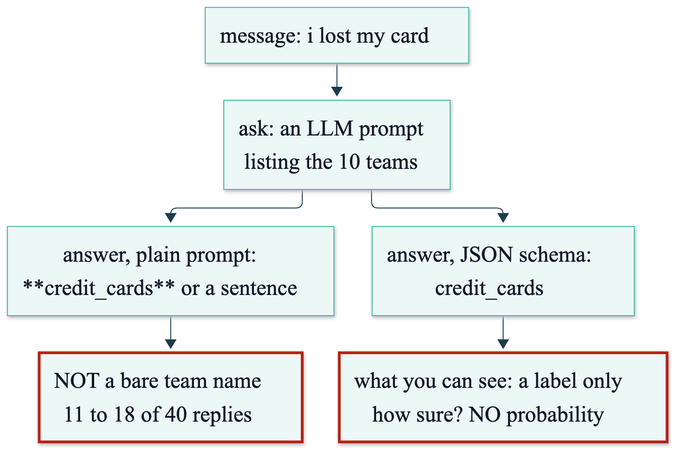
axel-sirota/getting_started_jev keeps this Mermaid diagram as course/diagrams/module_01/p1-problem-llm-text.png. Above is the earlier version. Its source is kept beside it as course/diagrams/module_01/p1-problem-llm-text.mmd. Source of this version:
```mermaid
%%{init: {"theme": "base", "themeVariables": {"fontFamily": "Inter, sans-serif", "primaryColor": "#ECF8F6", "primaryBorderColor": "#40B8A6", "primaryTextColor": "#111827", "lineColor": "#1A3D4D", "secondaryColor": "#F9FAFB", "tertiaryColor": "#FFFFFF", "clusterBkg": "#F9FAFB", "clusterBorder": "#D1D5DB", "actorBkg": "#ECF8F6", "actorBorder": "#40B8A6", "noteBkgColor": "#FFF6DA", "noteBorderColor": "#E0B84C"}}}%%
flowchart TD
  M["message: i lost my card"] --> Q["ask: an LLM prompt<br/>listing the 10 teams"]
  Q --> A1["answer, plain prompt:<br/>**credit_cards** or a sentence"]
  Q --> A2["answer, JSON schema:<br/>credit_cards"]
  A1 --> X["NOT a bare team name<br/>11 to 18 of 40 replies"]
  A2 --> U["what you can see: a label only<br/>how sure? NO probability"]
  style X stroke:#B42318,stroke-width:3px
  style U stroke:#B42318,stroke-width:3px
```
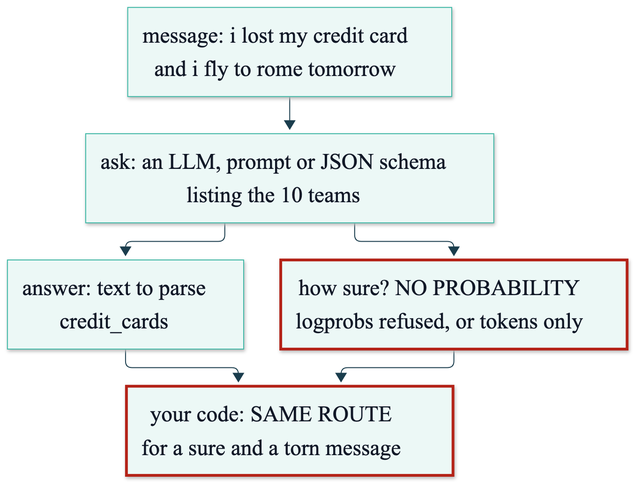
Above is the later version.

Change to the diagram source:
```diff
@@ -1,9 +1,9 @@
 %%{init: {"theme": "base", "themeVariables": {"fontFamily": "Inter, sans-serif", "primaryColor": "#ECF8F6", "primaryBorderColor": "#40B8A6", "primaryTextColor": "#111827", "lineColor": "#1A3D4D", "secondaryColor": "#F9FAFB", "tertiaryColor": "#FFFFFF", "clusterBkg": "#F9FAFB", "clusterBorder": "#D1D5DB", "actorBkg": "#ECF8F6", "actorBorder": "#40B8A6", "noteBkgColor": "#FFF6DA", "noteBorderColor": "#E0B84C"}}}%%
 flowchart TD
-  M["message: i lost my card"] --> Q["ask: an LLM prompt<br/>listing the 10 teams"]
-  Q --> A1["answer, plain prompt:<br/>**credit_cards** or a sentence"]
-  Q --> A2["answer, JSON schema:<br/>credit_cards"]
-  A1 --> X["NOT a bare team name<br/>11 to 18 of 40 replies"]
-  A2 --> U["what you can see: a label only<br/>how sure? NO probability"]
-  style X stroke:#B42318,stroke-width:3px
-  style U stroke:#B42318,stroke-width:3px
+  M["message: i lost my credit card<br/>and i fly to rome tomorrow"] --> Q["ask: an LLM, prompt or JSON schema<br/>listing the 10 teams"]
+  Q --> A["answer: text to parse<br/>credit_cards"]
+  Q --> P["how sure? NO PROBABILITY<br/>logprobs refused, or tokens only"]
+  A --> C["your code: SAME ROUTE<br/>for a sure and a torn message"]
+  P --> C
+  style P stroke:#B42318,stroke-width:3px
+  style C stroke:#B42318,stroke-width:3px
```
